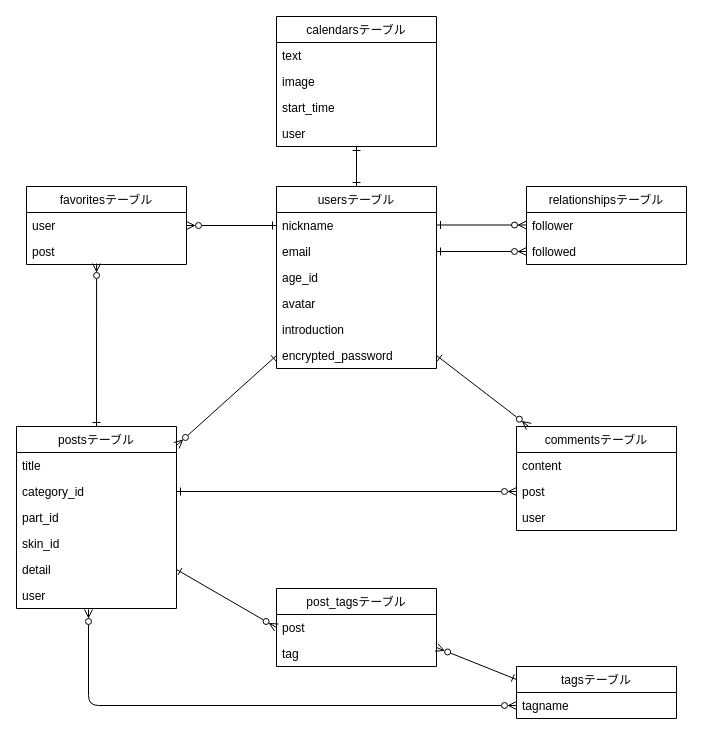
Above: db.dio in rilleague/portfolio (draw.io), before the change. Source tidied: cells renumbered, new cells numbered last; positions are measured from the earlier drawing's top-left corner, leaving out a move shared by most shapes. Both pictures are drawn from the tidied source at 100%, with x=0, y=0 at pixel (16, 16).
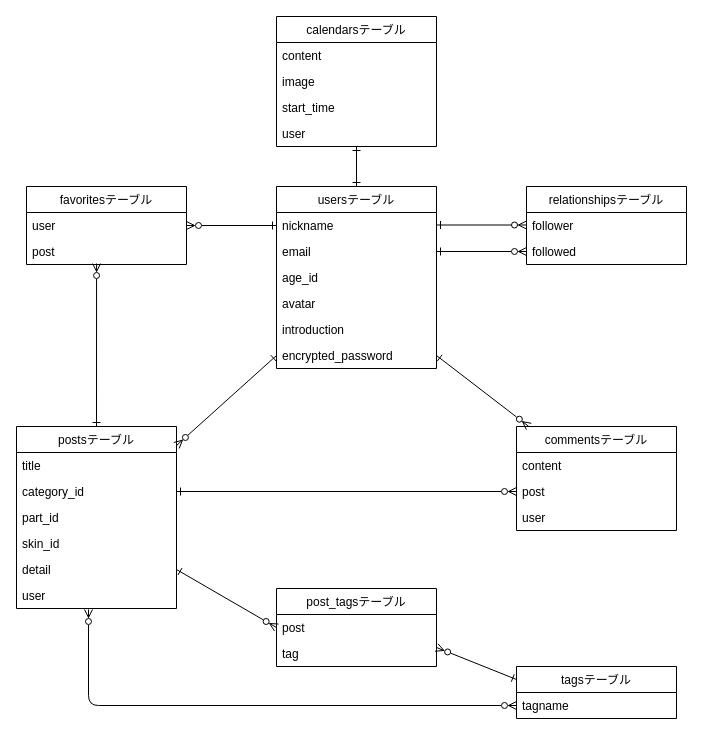
Above is the later version.

Commit message:
calendarsテーブルのカラム変更

Unchanged cells that the change refers to:
```xml
<mxCell id="42" value="calendarsテーブル" style="swimlane;fontStyle=0;horizontal=1;startSize=26;fillColor=none;" parent="1" vertex="1">
  <mxGeometry x="260" width="160" height="130" as="geometry" />
</mxCell>
```

Change to the diagram source:
```diff
@@
-    <mxCell id="43" value="text" style="text;strokeColor=none;fillColor=none;align=left;verticalAlign=top;spacingLeft=4;spacingRight=4;overflow=hidden;" parent="42" vertex="1">
+    <mxCell id="43" value="content" style="text;strokeColor=none;fillColor=none;align=left;verticalAlign=top;spacingLeft=4;spacingRight=4;overflow=hidden;" parent="42" vertex="1">
       <mxGeometry y="26" width="160" height="26" as="geometry" />
     </mxCell>
```
